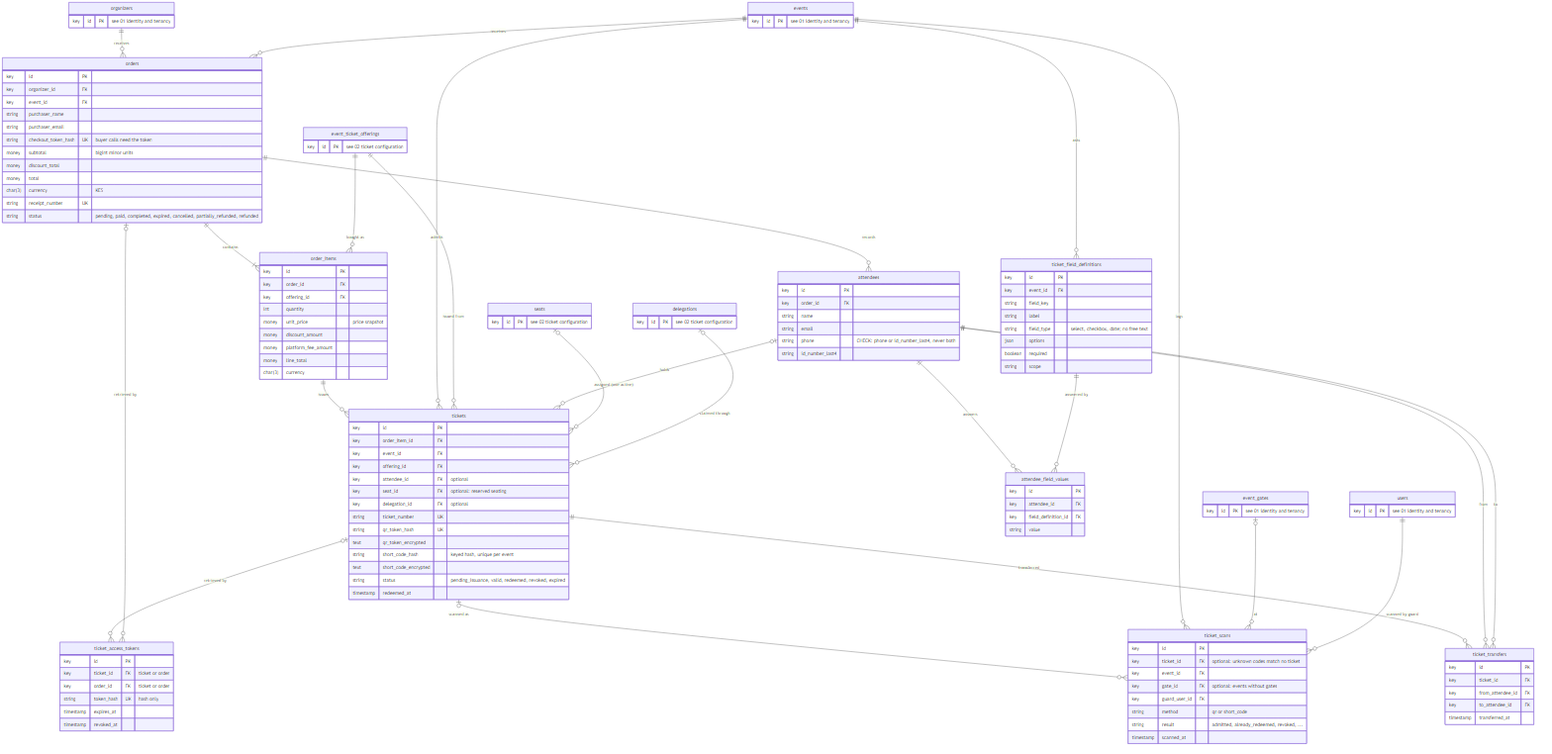
This is doc/diagrams/erd/03-orders-attendees-and-tickets.png from kreativesahara/ticket, a Mermaid export, as it was before one commit. Its source is kept beside it as doc/diagrams/erd/03-orders-attendees-and-tickets.mmd. Its diagram source:
```mermaid
erDiagram
    organizers {
        key id PK "see 01 identity and tenancy"
    }
    events {
        key id PK "see 01 identity and tenancy"
    }
    event_gates {
        key id PK "see 01 identity and tenancy"
    }
    users {
        key id PK "see 01 identity and tenancy"
    }
    event_ticket_offerings {
        key id PK "see 02 ticket configuration"
    }
    delegations {
        key id PK "see 02 ticket configuration"
    }
    seats {
        key id PK "see 02 ticket configuration"
    }
    orders {
        key id PK
        key organizer_id FK
        key event_id FK
        string purchaser_name
        string purchaser_email
        string checkout_token_hash UK "buyer calls need the token"
        money subtotal "bigint minor units"
        money discount_total
        money total
        char(3) currency "KES"
        string receipt_number UK
        string status "pending, paid, completed, expired, cancelled, partially_refunded, refunded"
    }
    order_items {
        key id PK
        key order_id FK
        key offering_id FK
        int quantity
        money unit_price "price snapshot"
        money discount_amount
        money platform_fee_amount
        money line_total
        char(3) currency
    }
    attendees {
        key id PK
        key order_id FK
        string name
        string email
        string phone "CHECK: phone or id_number_last4, never both"
        string id_number_last4
    }
    ticket_field_definitions {
        key id PK
        key event_id FK
        string field_key
        string label
        string field_type "select, checkbox, date; no free text"
        json options
        boolean required
        string scope
    }
    attendee_field_values {
        key id PK
        key attendee_id FK
        key field_definition_id FK
        string value
    }
    tickets {
        key id PK
        key order_item_id FK
        key event_id FK
        key offering_id FK
        key attendee_id FK "optional"
        key seat_id FK "optional: reserved seating"
        key delegation_id FK "optional"
        string ticket_number UK
        string qr_token_hash UK
        text qr_token_encrypted
        string short_code_hash "keyed hash, unique per event"
        text short_code_encrypted
        string status "pending_issuance, valid, redeemed, revoked, expired"
        timestamp redeemed_at
    }
    ticket_access_tokens {
        key id PK
        key ticket_id FK "ticket or order"
        key order_id FK "ticket or order"
        string token_hash UK "hash only"
        timestamp expires_at
        timestamp revoked_at
    }
    ticket_scans {
        key id PK
        key ticket_id FK "optional: unknown codes match no ticket"
        key event_id FK
        key gate_id FK "optional: events without gates"
        key guard_user_id FK
        string method "qr or short_code"
        string result "admitted, already_redeemed, revoked, ..."
        timestamp scanned_at
    }
    ticket_transfers {
        key id PK
        key ticket_id FK
        key from_attendee_id FK
        key to_attendee_id FK
        timestamp transferred_at
    }

    organizers ||--o{ orders : "receives"
    events ||--o{ orders : "receives"
    orders ||--|{ order_items : "contains"
    event_ticket_offerings ||--o{ order_items : "bought as"
    orders ||--o{ attendees : "records"
    events ||--o{ ticket_field_definitions : "asks"
    attendees ||--o{ attendee_field_values : "answers"
    ticket_field_definitions ||--o{ attendee_field_values : "answered by"
    order_items ||--o{ tickets : "issues"
    events ||--o{ tickets : "admits"
    event_ticket_offerings ||--o{ tickets : "issued from"
    attendees |o--o{ tickets : "holds"
    seats |o--o{ tickets : "assigned (one active)"
    delegations |o--o{ tickets : "claimed through"
    tickets |o--o{ ticket_access_tokens : "retrieved by"
    orders |o--o{ ticket_access_tokens : "retrieved by"
    tickets |o--o{ ticket_scans : "scanned as"
    events ||--o{ ticket_scans : "logs"
    event_gates |o--o{ ticket_scans : "at"
    users ||--o{ ticket_scans : "scanned by guard"
    tickets ||--o{ ticket_transfers : "transferred"
    attendees ||--o{ ticket_transfers : "from"
    attendees ||--o{ ticket_transfers : "to"
```
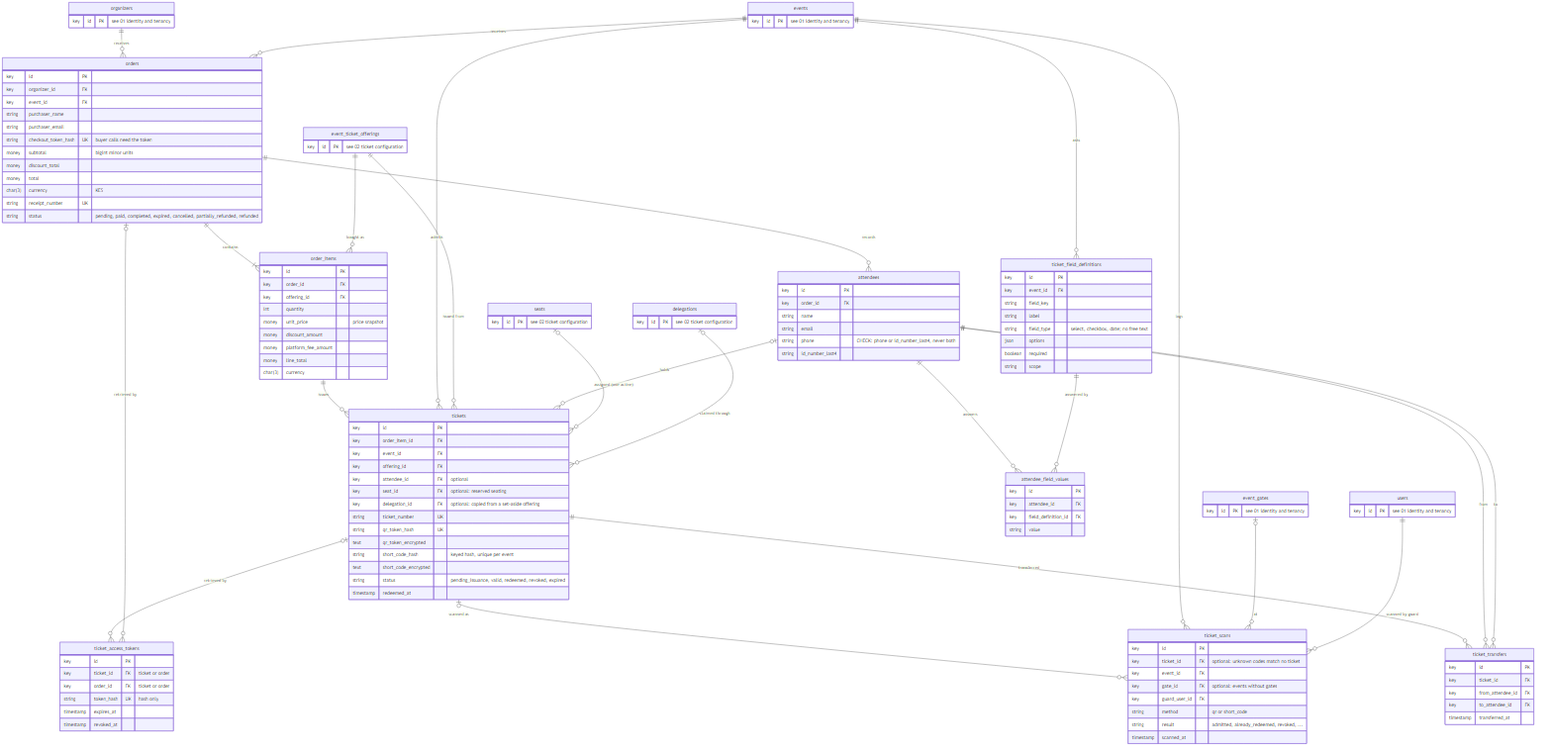
Later version of the same file.

What changed in the source:
```diff
@@ -76,7 +76,7 @@
         key offering_id FK
         key attendee_id FK "optional"
         key seat_id FK "optional: reserved seating"
-        key delegation_id FK "optional"
+        key delegation_id FK "optional: copied from a set-aside offering"
         string ticket_number UK
         string qr_token_hash UK
         text qr_token_encrypted
```
